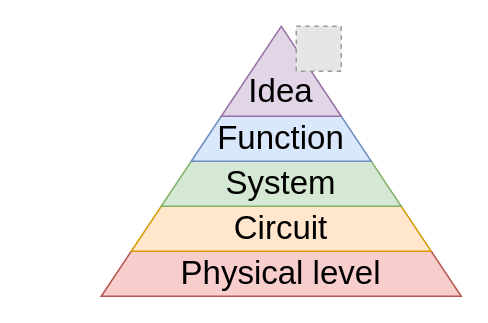
Above: figures/drawio/abstractions.drawio in Dherse/masterproef (draw.io), before the change. Source tidied: cells renumbered, new cells numbered last; positions are measured from the earlier drawing's top-left corner, leaving out a move shared by most shapes. Both pictures are drawn from the tidied source at 150%, with x=0, y=0 at pixel (100, 26). Pictures stored in the file or linked from it are replaced by grey dashed boxes.
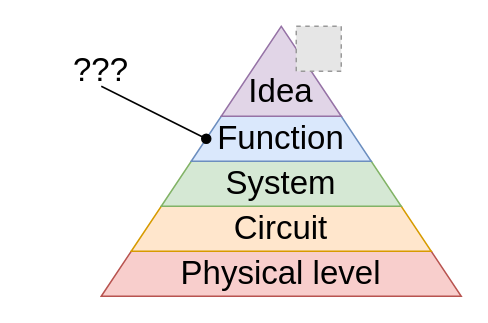
Above is the later version.

What changed in the source:
```diff
@@
 <mxGraphModel>
   <root>
     <mxCell id="0" />
     <mxCell id="1" parent="0" />
     <mxCell id="2" value="Physical level" style="shape=trapezoid;perimeter=trapezoidPerimeter;whiteSpace=wrap;html=1;fixedSize=1;fontFamily=UGent Panno Text;fontSize=22;fillColor=#f8cecc;strokeColor=#b85450;" parent="1" vertex="1">
       <mxGeometry y="150" width="240" height="30" as="geometry" />
     </mxCell>
     <mxCell id="3" value="Circuit" style="shape=trapezoid;perimeter=trapezoidPerimeter;whiteSpace=wrap;html=1;fixedSize=1;fontFamily=UGent Panno Text;fontSize=22;fillColor=#ffe6cc;strokeColor=#d79b00;" parent="1" vertex="1">
       <mxGeometry x="20" y="120" width="200" height="30" as="geometry" />
     </mxCell>
     <mxCell id="4" value="System" style="shape=trapezoid;perimeter=trapezoidPerimeter;whiteSpace=wrap;html=1;fixedSize=1;fontFamily=UGent Panno Text;fontSize=22;fillColor=#d5e8d4;strokeColor=#82b366;" parent="1" vertex="1">
       <mxGeometry x="40" y="90" width="160" height="30" as="geometry" />
     </mxCell>
     <mxCell id="5" value="Function" style="shape=trapezoid;perimeter=trapezoidPerimeter;whiteSpace=wrap;html=1;fixedSize=1;fontFamily=UGent Panno Text;fontSize=22;fillColor=#dae8fc;strokeColor=#6c8ebf;" parent="1" vertex="1">
       <mxGeometry x="60" y="60" width="120" height="30" as="geometry" />
     </mxCell>
     <mxCell id="6" value="&lt;br&gt;Idea" style="triangle;whiteSpace=wrap;html=1;rotation=0;fontFamily=UGent Panno Text;fontSize=22;flipV=1;flipH=0;direction=south;labelPosition=center;verticalLabelPosition=middle;align=center;verticalAlign=middle;fillColor=#e1d5e7;strokeColor=#9673a6;" parent="1" vertex="1">
       <mxGeometry x="80" width="80" height="60" as="geometry" />
     </mxCell>
     <mxCell id="7" style="fillColor=#E6E6E6;strokeColor=#999999;dashed=1;html=1;verticalAlign=top;verticalLabelPosition=bottom;labelBackgroundColor=#ffffff;" parent="1" vertex="1">
       <mxGeometry x="130" width="30" height="30" as="geometry" />
     </mxCell>
+    <mxCell id="8" style="endArrow=oval;html=1;rounded=0;endFill=1;exitX=0.5;exitY=1;exitDx=0;exitDy=0;entryX=0;entryY=0.5;entryDx=0;entryDy=0;" parent="1" edge="1" source="9" target="5">
+      <mxGeometry relative="1" as="geometry" />
+    </mxCell>
+    <mxCell id="9" value="???" style="text;html=1;strokeColor=none;fillColor=none;align=center;verticalAlign=middle;whiteSpace=wrap;rounded=0;fontFamily=UGent Panno Text;fontSize=22;" parent="1" vertex="1">
+      <mxGeometry x="-50" y="20" width="100" height="20" as="geometry" />
+    </mxCell>
   </root>
 </mxGraphModel>
```
